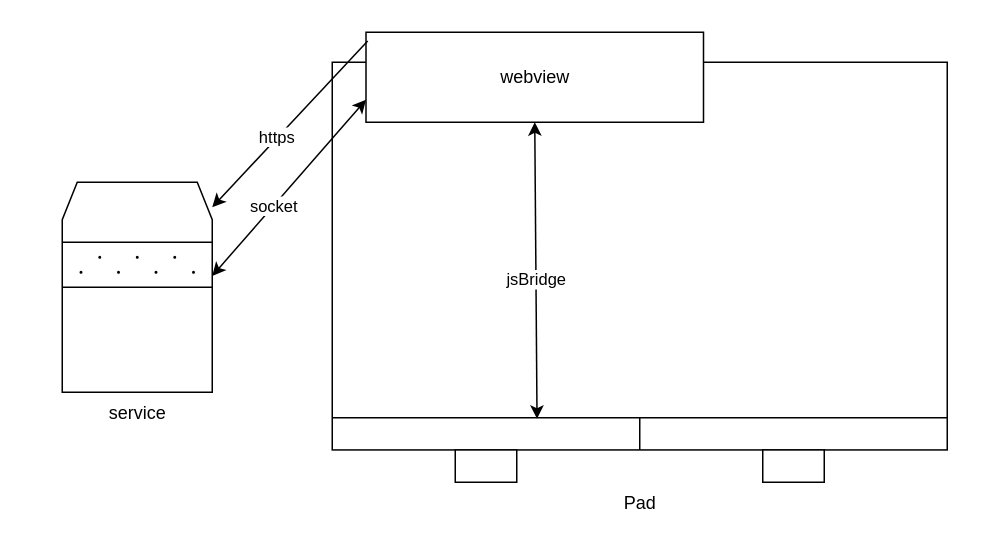
The draw.io diagram meeting_room.drawio in Mica-Ma/diagrams, before the edit. Source tidied: cells renumbered, new cells numbered last; positions are measured from the earlier drawing's top-left corner, leaving out a move shared by most shapes. Both pictures are drawn from the tidied source at 150%, with x=0, y=0 at pixel (62, 32).
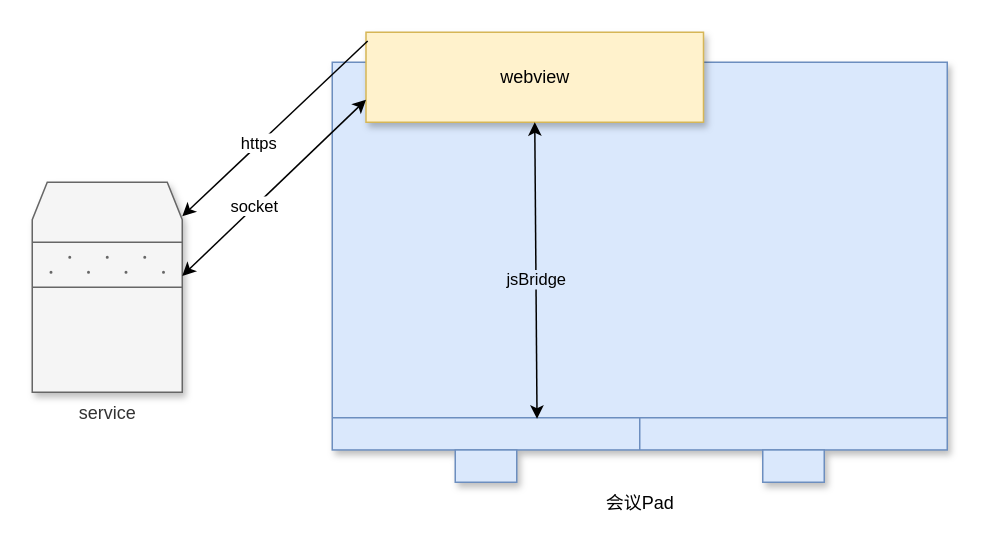
After the change.

What changed in the source:
```diff
@@
 <mxGraphModel>
   <root>
     <mxCell id="0" />
     <mxCell id="1" parent="0" />
-    <mxCell id="2" value="Pad" style="verticalLabelPosition=bottom;html=1;verticalAlign=top;align=center;shape=mxgraph.floorplan.dresser;" parent="1" vertex="1">
+    <mxCell id="2" value="会议Pad" style="verticalLabelPosition=bottom;html=1;verticalAlign=top;align=center;shape=mxgraph.floorplan.dresser;fillColor=#dae8fc;strokeColor=#6c8ebf;shadow=1;" parent="1" vertex="1">
       <mxGeometry x="180" y="20" width="410" height="280" as="geometry" />
     </mxCell>
-    <mxCell id="3" value="webview" style="rounded=0;whiteSpace=wrap;html=1;" parent="1" vertex="1">
+    <mxCell id="3" value="webview" style="rounded=0;whiteSpace=wrap;html=1;labelBackgroundColor=none;labelBorderColor=none;fillColor=#fff2cc;strokeColor=#d6b656;shadow=1;" parent="1" vertex="1">
       <mxGeometry x="202.5" width="225" height="60" as="geometry" />
     </mxCell>
-    <mxCell id="4" value="service" style="shape=mxgraph.pid.driers.drier_(fluidized_bed);html=1;align=center;verticalLabelPosition=bottom;verticalAlign=top;dashed=0;" parent="1" vertex="1">
-      <mxGeometry y="100" width="100" height="140" as="geometry" />
+    <mxCell id="4" value="service" style="shape=mxgraph.pid.driers.drier_(fluidized_bed);html=1;align=center;verticalLabelPosition=bottom;verticalAlign=top;dashed=0;fillColor=#f5f5f5;fontColor=#333333;strokeColor=#666666;shadow=1;" parent="1" vertex="1">
+      <mxGeometry x="-20" y="100" width="100" height="140" as="geometry" />
     </mxCell>
     <mxCell id="5" style="endArrow=classic;startArrow=classic;html=1;rounded=0;exitX=1;exitY=0.446;exitDx=0;exitDy=0;exitPerimeter=0;entryX=0;entryY=0.75;entryDx=0;entryDy=0;" parent="1" edge="1" source="4" target="3">
       <mxGeometry relative="1" as="geometry" />
     </mxCell>
     <mxCell id="6" value="socket" style="edgeLabel;html=1;align=center;verticalAlign=middle;" parent="5" vertex="1">
       <mxGeometry x="-0.21" y="1" relative="1" as="geometry" />
     </mxCell>
     <mxCell id="7" style="endArrow=classic;startArrow=classic;html=1;rounded=0;entryX=0.5;entryY=1;entryDx=0;entryDy=0;exitX=0.333;exitY=0.849;exitDx=0;exitDy=0;exitPerimeter=0;" parent="1" edge="1" source="2" target="3">
       <mxGeometry relative="1" as="geometry" />
     </mxCell>
-    <mxCell id="8" value="jsBridge" style="edgeLabel;html=1;align=center;verticalAlign=middle;" parent="7" vertex="1">
+    <mxCell id="8" value="jsBridge" style="edgeLabel;html=1;align=center;verticalAlign=middle;labelBackgroundColor=#DAE8FC;" parent="7" vertex="1">
       <mxGeometry x="-0.06" relative="1" as="geometry" />
     </mxCell>
     <mxCell id="9" style="endArrow=classic;html=1;rounded=0;exitX=0.005;exitY=0.098;exitDx=0;exitDy=0;exitPerimeter=0;" parent="1" edge="1" source="3" target="4">
       <mxGeometry relative="1" as="geometry" />
     </mxCell>
     <mxCell id="10" value="https" style="edgeLabel;html=1;align=center;verticalAlign=middle;" parent="9" vertex="1">
       <mxGeometry x="0.16" y="-1" relative="1" as="geometry" />
     </mxCell>
   </root>
 </mxGraphModel>
```
